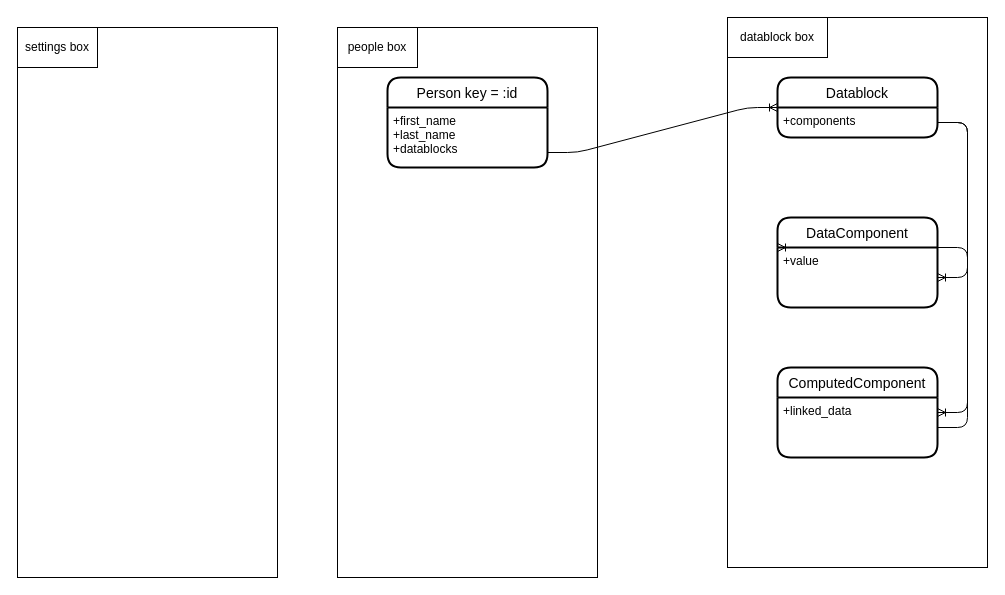
The draw.io diagram page "no-sql database design" (1 of 2) of docs/compendium_design.drawio in haakonsmith/Compendium, before the edit. Source tidied: cells renumbered, new cells numbered last; positions are measured from the earlier drawing's top-left corner, leaving out a move shared by most shapes. Both pictures are drawn from the tidied source at 100%, with x=0, y=0 at pixel (17, 17).
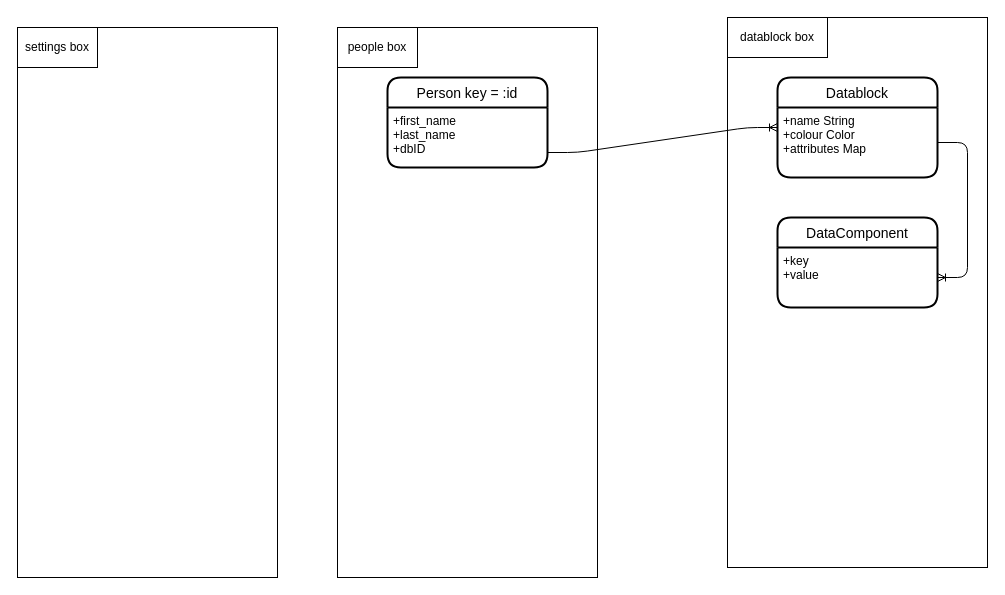
After the change.

Change to the diagram source:
```diff
@@
 <mxGraphModel>
   <root>
     <mxCell id="0" />
     <mxCell id="1" parent="0" />
     <mxCell id="2" style="rounded=0;whiteSpace=wrap;html=1;" parent="1" vertex="1">
       <mxGeometry x="710" width="260" height="550" as="geometry" />
     </mxCell>
     <mxCell id="3" style="rounded=0;whiteSpace=wrap;html=1;" parent="1" vertex="1">
       <mxGeometry x="320" y="10" width="260" height="550" as="geometry" />
     </mxCell>
     <mxCell id="4" value="people box" style="rounded=0;whiteSpace=wrap;html=1;" parent="1" vertex="1">
       <mxGeometry x="320" y="10" width="80" height="40" as="geometry" />
     </mxCell>
     <mxCell id="5" value="datablock box" style="rounded=0;whiteSpace=wrap;html=1;" parent="1" vertex="1">
       <mxGeometry x="710" width="100" height="40" as="geometry" />
     </mxCell>
     <mxCell id="6" value="Datablock" style="swimlane;horizontal=1;startSize=30;rounded=1;fontSize=14;fontStyle=0;strokeWidth=2;shadow=0;dashed=0;align=center;" parent="1" vertex="1">
-      <mxGeometry x="760" y="60" width="160" height="60" as="geometry" />
+      <mxGeometry x="760" y="60" width="160" height="100" as="geometry" />
     </mxCell>
-    <mxCell id="7" value="+components" style="align=left;strokeColor=none;fillColor=none;spacingLeft=4;fontSize=12;verticalAlign=top;" parent="6" vertex="1">
-      <mxGeometry y="30" width="160" height="30" as="geometry" />
+    <mxCell id="7" value="+name String&#10;+colour Color&#10;+attributes Map" style="align=left;strokeColor=none;fillColor=none;spacingLeft=4;fontSize=12;verticalAlign=top;" parent="6" vertex="1">
+      <mxGeometry y="30" width="160" height="70" as="geometry" />
     </mxCell>
     <mxCell id="8" value="Person key = :id" style="swimlane;horizontal=1;startSize=30;rounded=1;fontSize=14;fontStyle=0;strokeWidth=2;shadow=0;dashed=0;align=center;" parent="1" vertex="1">
       <mxGeometry x="370" y="60" width="160" height="90" as="geometry" />
     </mxCell>
-    <mxCell id="9" value="+first_name&#10;+last_name&#10;+datablocks" style="align=left;strokeColor=none;fillColor=none;spacingLeft=4;fontSize=12;verticalAlign=top;" parent="8" vertex="1">
+    <mxCell id="9" value="+first_name&#10;+last_name&#10;+dbID" style="align=left;strokeColor=none;fillColor=none;spacingLeft=4;fontSize=12;verticalAlign=top;" parent="8" vertex="1">
       <mxGeometry y="30" width="160" height="60" as="geometry" />
     </mxCell>
     <mxCell id="10" value="DataComponent" style="swimlane;horizontal=1;startSize=30;rounded=1;fontSize=14;fontStyle=0;strokeWidth=2;shadow=0;dashed=0;align=center;" parent="1" vertex="1">
       <mxGeometry x="760" y="200" width="160" height="90" as="geometry" />
     </mxCell>
-    <mxCell id="11" value="+value" style="align=left;strokeColor=none;fillColor=none;spacingLeft=4;fontSize=12;verticalAlign=top;" parent="10" vertex="1">
+    <mxCell id="11" value="+key&#10;+value" style="align=left;strokeColor=none;fillColor=none;spacingLeft=4;fontSize=12;verticalAlign=top;" parent="10" vertex="1">
       <mxGeometry y="30" width="160" height="60" as="geometry" />
     </mxCell>
     <mxCell id="12" style="edgeStyle=entityRelationEdgeStyle;fontSize=12;html=1;endArrow=ERoneToMany;entryX=0;entryY=0.5;entryDx=0;entryDy=0;exitX=1;exitY=0.75;exitDx=0;exitDy=0;" parent="1" edge="1" source="9" target="6">
       <mxGeometry relative="1" as="geometry" />
     </mxCell>
     <mxCell id="13" style="edgeStyle=entityRelationEdgeStyle;fontSize=12;html=1;endArrow=ERoneToMany;exitX=1;exitY=0.5;exitDx=0;exitDy=0;" parent="1" edge="1" source="7" target="11">
       <mxGeometry relative="1" as="geometry" />
     </mxCell>
-    <mxCell id="14" value="ComputedComponent" style="swimlane;horizontal=1;startSize=30;rounded=1;fontSize=14;fontStyle=0;strokeWidth=2;shadow=0;dashed=0;align=center;" parent="1" vertex="1">
-      <mxGeometry x="760" y="350" width="160" height="90" as="geometry" />
-    </mxCell>
-    <mxCell id="15" value="+linked_data" style="align=left;strokeColor=none;fillColor=none;spacingLeft=4;fontSize=12;verticalAlign=top;" parent="14" vertex="1">
-      <mxGeometry y="30" width="160" height="60" as="geometry" />
-    </mxCell>
-    <mxCell id="16" style="edgeStyle=entityRelationEdgeStyle;fontSize=12;html=1;endArrow=ERoneToMany;entryX=0;entryY=0;entryDx=0;entryDy=0;" parent="1" edge="1" source="15" target="11">
-      <mxGeometry relative="1" as="geometry" />
-    </mxCell>
-    <mxCell id="17" style="edgeStyle=entityRelationEdgeStyle;fontSize=12;html=1;endArrow=ERoneToMany;exitX=1;exitY=0.5;exitDx=0;exitDy=0;snapToPoint=1;anchorPointDirection=0;" parent="1" edge="1" source="7" target="14">
-      <mxGeometry relative="1" as="geometry" />
-    </mxCell>
     <mxCell id="18" style="rounded=0;whiteSpace=wrap;html=1;" parent="1" vertex="1">
       <mxGeometry y="10" width="260" height="550" as="geometry" />
     </mxCell>
     <mxCell id="19" value="settings box" style="rounded=0;whiteSpace=wrap;html=1;" parent="1" vertex="1">
       <mxGeometry y="10" width="80" height="40" as="geometry" />
     </mxCell>
   </root>
 </mxGraphModel>
```
